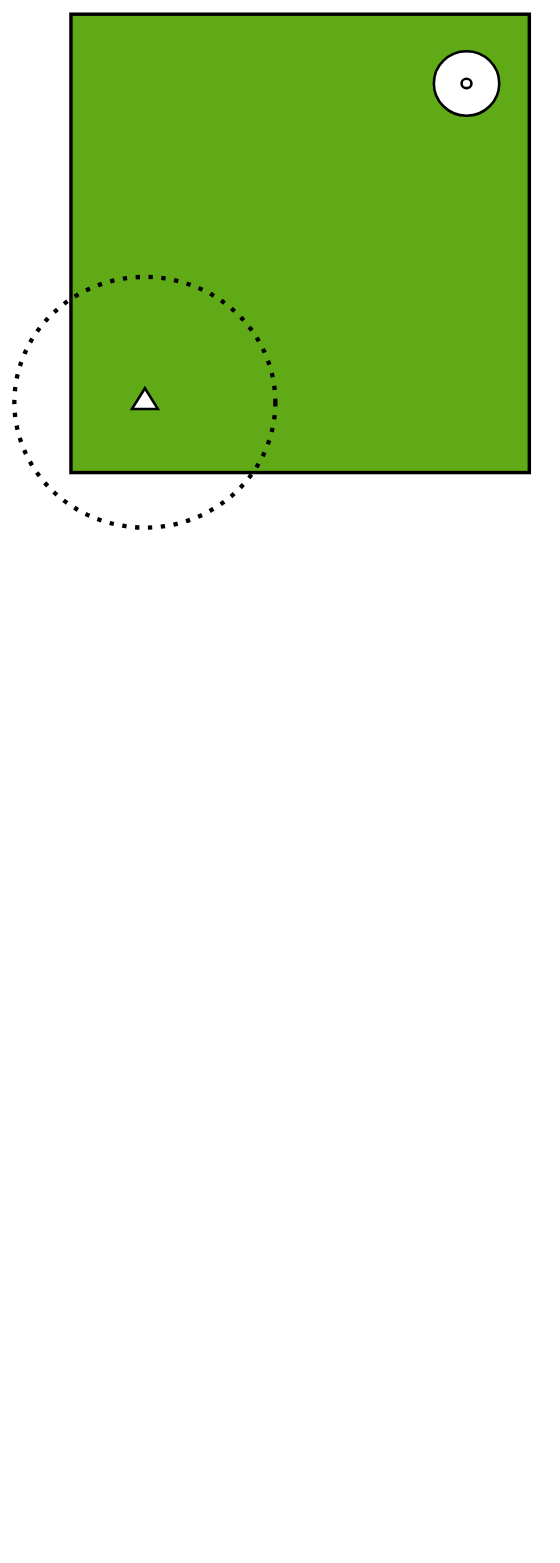
Before: NMPC_Drone_Code_Flow_Diagram.drawio in jainikmehta/nmpc_drone, a draw.io diagram. Source tidied: cells renumbered, new cells numbered last; positions are measured from the earlier drawing's top-left corner, leaving out a move shared by most shapes. Both pictures are drawn from the tidied source at 86%, with x=0, y=0 at pixel (14, 14).
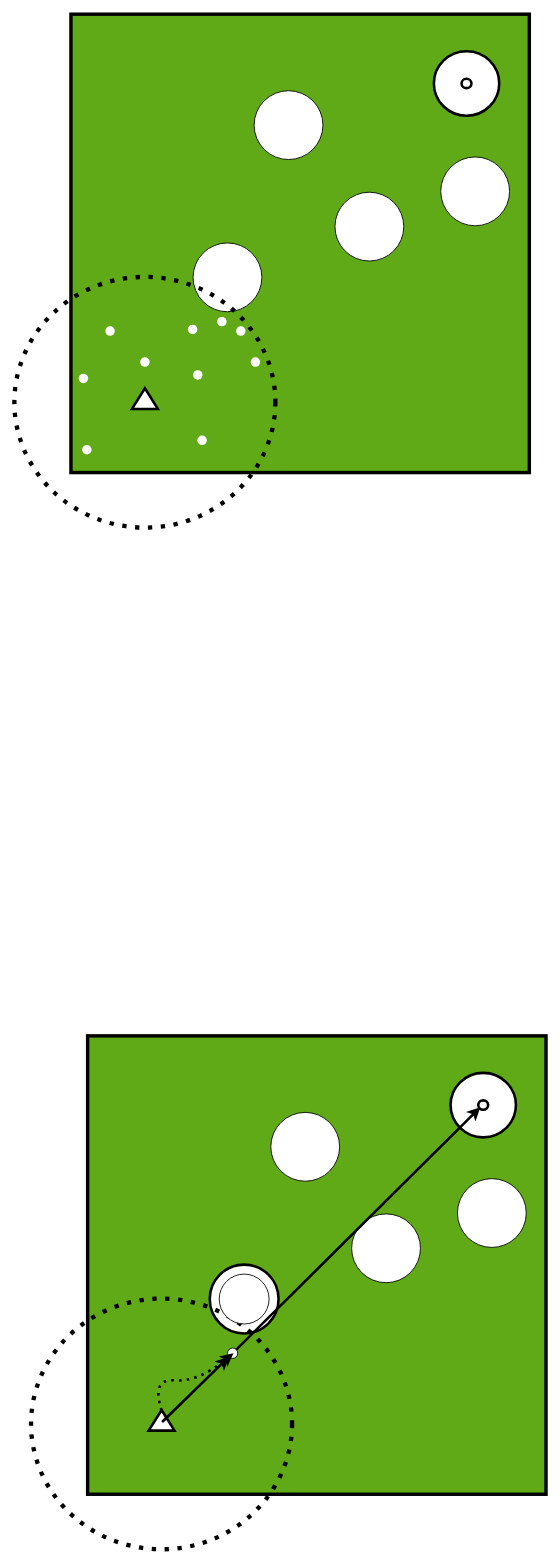
The same diagram, later.

Diff of the diagram source:
```diff
@@
+    <mxCell id="7" style="ellipse;whiteSpace=wrap;html=1;" parent="1" vertex="1">
+      <mxGeometry x="208" y="266" width="80" height="80" as="geometry" />
+    </mxCell>
+    <mxCell id="8" style="ellipse;whiteSpace=wrap;html=1;" parent="1" vertex="1">
+      <mxGeometry x="373" y="207" width="80" height="80" as="geometry" />
+    </mxCell>
+    <mxCell id="9" style="ellipse;whiteSpace=wrap;html=1;" parent="1" vertex="1">
+      <mxGeometry x="279" y="89" width="80" height="80" as="geometry" />
+    </mxCell>
+    <mxCell id="10" style="ellipse;whiteSpace=wrap;html=1;" parent="1" vertex="1">
+      <mxGeometry x="496" y="166" width="80" height="80" as="geometry" />
+    </mxCell>
@@
+    <mxCell id="11" style="ellipse;whiteSpace=wrap;html=1;strokeColor=none;fillColor=light-dark(#FFFFFF,#00FFFF);" parent="1" vertex="1">
+      <mxGeometry x="106" y="363" width="11" height="11" as="geometry" />
+    </mxCell>
+    <mxCell id="12" style="ellipse;whiteSpace=wrap;html=1;strokeColor=none;fillColor=light-dark(#FFFFFF,#00FFFF);" parent="1" vertex="1">
+      <mxGeometry x="208" y="414" width="11" height="11" as="geometry" />
+    </mxCell>
+    <mxCell id="13" style="ellipse;whiteSpace=wrap;html=1;strokeColor=none;fillColor=light-dark(#FFFFFF,#00FFFF);" parent="1" vertex="1">
+      <mxGeometry x="275" y="399" width="11" height="11" as="geometry" />
+    </mxCell>
+    <mxCell id="14" style="ellipse;whiteSpace=wrap;html=1;strokeColor=none;fillColor=light-dark(#FFFFFF,#00FFFF);" parent="1" vertex="1">
+      <mxGeometry x="258" y="363" width="11" height="11" as="geometry" />
+    </mxCell>
+    <mxCell id="15" style="ellipse;whiteSpace=wrap;html=1;strokeColor=none;fillColor=light-dark(#FFFFFF,#00FFFF);" parent="1" vertex="1">
+      <mxGeometry x="202" y="361" width="11" height="11" as="geometry" />
+    </mxCell>
+    <mxCell id="16" style="ellipse;whiteSpace=wrap;html=1;strokeColor=none;fillColor=light-dark(#FFFFFF,#00FFFF);" parent="1" vertex="1">
+      <mxGeometry x="213" y="490" width="11" height="11" as="geometry" />
+    </mxCell>
+    <mxCell id="17" style="ellipse;whiteSpace=wrap;html=1;strokeColor=none;fillColor=light-dark(#FFFFFF,#00FFFF);" parent="1" vertex="1">
+      <mxGeometry x="79" y="501" width="11" height="11" as="geometry" />
+    </mxCell>
+    <mxCell id="18" style="ellipse;whiteSpace=wrap;html=1;strokeColor=none;fillColor=light-dark(#FFFFFF,#00FFFF);" parent="1" vertex="1">
+      <mxGeometry x="75" y="418" width="11" height="11" as="geometry" />
+    </mxCell>
+    <mxCell id="19" style="ellipse;whiteSpace=wrap;html=1;strokeColor=none;fillColor=light-dark(#FFFFFF,#00FFFF);" parent="1" vertex="1">
+      <mxGeometry x="146.5" y="399" width="11" height="11" as="geometry" />
+    </mxCell>
+    <mxCell id="20" style="ellipse;whiteSpace=wrap;html=1;strokeColor=none;fillColor=light-dark(#FFFFFF,#00FFFF);" parent="1" vertex="1">
+      <mxGeometry x="236" y="352" width="11" height="11" as="geometry" />
+    </mxCell>
+    <mxCell id="21" style="whiteSpace=wrap;html=1;fillColor=light-dark(#60A917,#999999);fontColor=#ffffff;strokeColor=light-dark(#000000,#000000);strokeWidth=4;" parent="1" vertex="1">
+      <mxGeometry x="85.4" y="1188" width="533" height="533" as="geometry" />
+    </mxCell>
+    <mxCell id="22" style="ellipse;whiteSpace=wrap;html=1;fillColor=light-dark(#FFFFFF,#99FF99);strokeColor=light-dark(#000000,#000000);strokeWidth=3;" parent="1" vertex="1">
+      <mxGeometry x="507.4" y="1231" width="76" height="75" as="geometry" />
+    </mxCell>
+    <mxCell id="23" style="ellipse;whiteSpace=wrap;html=1;fillColor=light-dark(#FFFFFF,#FF3333);strokeColor=light-dark(#000000,#000000);strokeWidth=3;" parent="1" vertex="1">
+      <mxGeometry x="539.6" y="1263" width="11.5" height="11" as="geometry" />
+    </mxCell>
+    <mxCell id="24" style="triangle;whiteSpace=wrap;html=1;rotation=-90;fillColor=light-dark(#FFFFFF,#FF8000);strokeColor=light-dark(#000000,#000000);strokeWidth=3;" parent="1" vertex="1">
+      <mxGeometry x="159.4" y="1620" width="24" height="30" as="geometry" />
+    </mxCell>
+    <mxCell id="25" style="ellipse;whiteSpace=wrap;html=1;fillColor=light-dark(#FFFFFF,#FFB570);strokeColor=light-dark(#000000,#000000);strokeWidth=3;" parent="1" vertex="1">
+      <mxGeometry x="227.4" y="1454" width="80" height="80" as="geometry" />
+    </mxCell>
+    <mxCell id="26" style="ellipse;whiteSpace=wrap;html=1;" parent="1" vertex="1">
+      <mxGeometry x="392.4" y="1395" width="80" height="80" as="geometry" />
+    </mxCell>
+    <mxCell id="27" style="ellipse;whiteSpace=wrap;html=1;" parent="1" vertex="1">
+      <mxGeometry x="298.4" y="1277" width="80" height="80" as="geometry" />
+    </mxCell>
+    <mxCell id="28" style="ellipse;whiteSpace=wrap;html=1;" parent="1" vertex="1">
+      <mxGeometry x="515.4" y="1354" width="80" height="80" as="geometry" />
+    </mxCell>
+    <mxCell id="29" style="ellipse;whiteSpace=wrap;html=1;fillColor=none;dashed=1;dashPattern=1 2;strokeColor=light-dark(#000000,#7F00FF);strokeWidth=5;" parent="1" vertex="1">
+      <mxGeometry x="19.6" y="1493.5" width="303.5" height="291.5" as="geometry" />
+    </mxCell>
+    <mxCell id="30" style="endArrow=classic;html=1;rounded=0;strokeWidth=3;" parent="1" edge="1" source="33">
+      <mxGeometry relative="1" as="geometry">
+        <mxPoint x="542" y="1271" as="targetPoint" />
+      </mxGeometry>
+    </mxCell>
+    <mxCell id="31" style="ellipse;whiteSpace=wrap;html=1;" parent="1" vertex="1">
+      <mxGeometry x="238.4" y="1465" width="58" height="58" as="geometry" />
+    </mxCell>
+    <mxCell id="32" style="endArrow=classic;html=1;rounded=0;strokeWidth=3;" parent="1" edge="1" target="33">
+      <mxGeometry relative="1" as="geometry">
+        <mxPoint x="172" y="1637" as="sourcePoint" />
+      </mxGeometry>
+    </mxCell>
+    <mxCell id="33" style="ellipse;whiteSpace=wrap;html=1;fillColor=light-dark(#FFFFFF,#99FF99);" parent="1" vertex="1">
+      <mxGeometry x="248" y="1551" width="12" height="12" as="geometry" />
+    </mxCell>
+    <mxCell id="34" style="endArrow=classic;html=1;rounded=0;strokeWidth=3;curved=1;dashed=1;dashPattern=1 2;strokeColor=light-dark(#000000,#0000CC);" parent="1" edge="1">
+      <mxGeometry relative="1" as="geometry">
+        <mxPoint x="171.4" y="1624" as="sourcePoint" />
+        <mxPoint x="255" y="1557" as="targetPoint" />
+        <Array as="points">
+          <mxPoint x="159.4" y="1586" />
+          <mxPoint x="213.4" y="1591" />
+        </Array>
+      </mxGeometry>
+    </mxCell>
```
